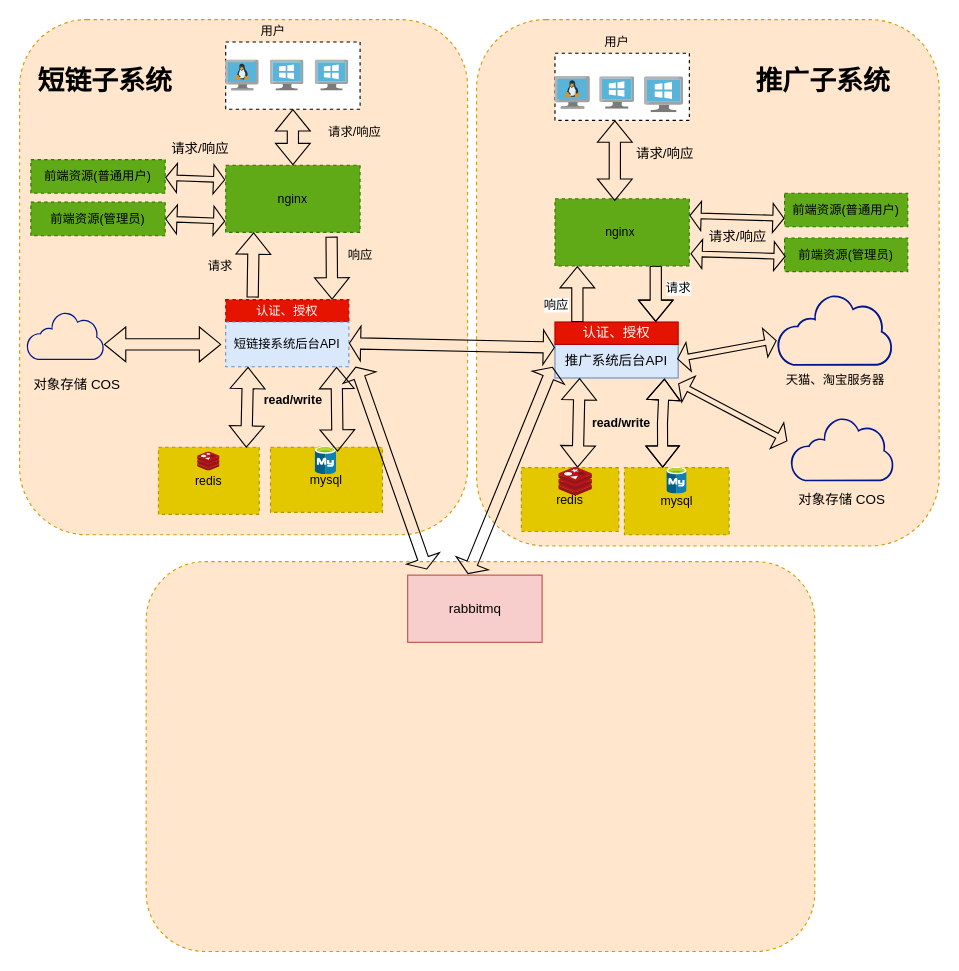
ndb000901/diagrams keeps this draw.io diagram as 架构图.drawio. Above is the earlier version. Source tidied: cells renumbered, new cells numbered last; positions are measured from the earlier drawing's top-left corner, leaving out a move shared by most shapes. Both pictures are drawn from the tidied source at 112%, with x=0, y=0 at pixel (19, 19).
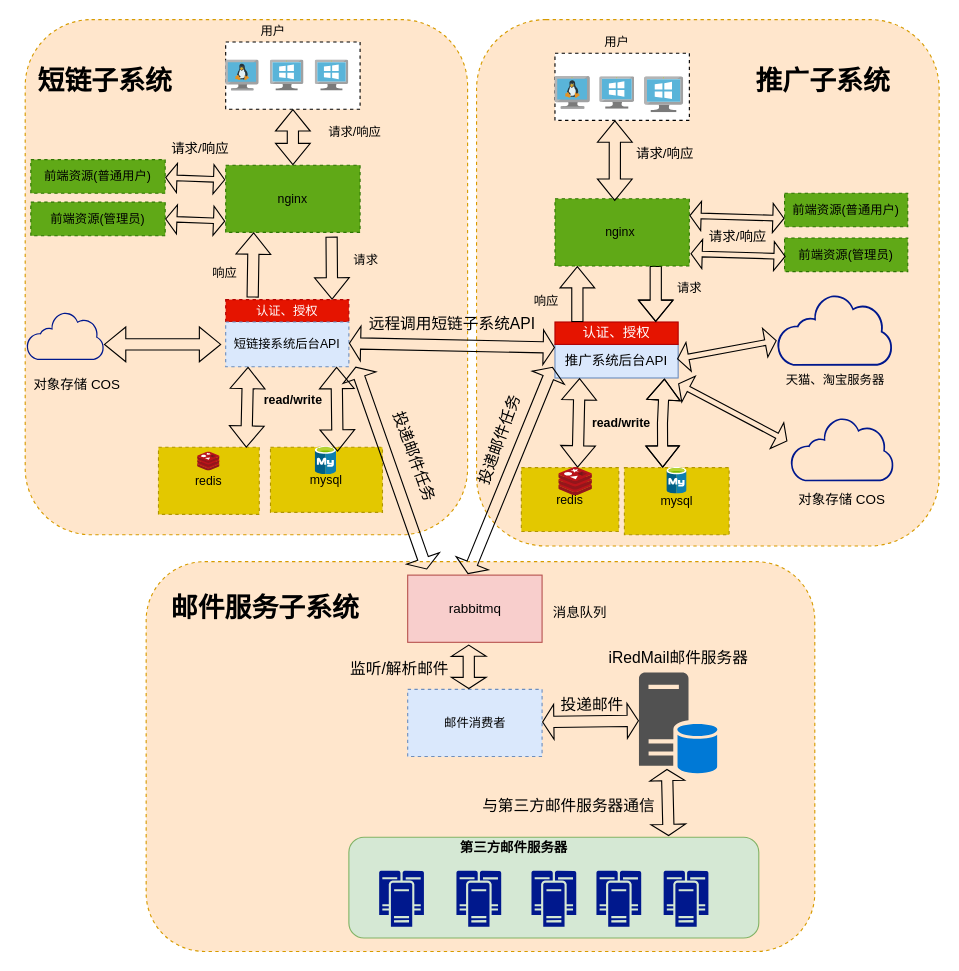
The same diagram, later.

Commit message (it also covers changes not shown here):
更新架构图.drawio

Unchanged cells that the change refers to:
```xml
<mxCell id="34" style="shape=flexArrow;endArrow=classic;html=1;rounded=0;" parent="1" edge="1">
  <mxGeometry relative="1" as="geometry">
    <mxPoint x="498" y="270" as="sourcePoint" />
    <mxPoint x="498" y="220" as="targetPoint" />
  </mxGeometry>
</mxCell>
<mxCell id="36" style="shape=flexArrow;endArrow=classic;html=1;rounded=0;entryX=0.818;entryY=0;entryDx=0;entryDy=0;entryPerimeter=0;" parent="1" edge="1" target="33">
  <mxGeometry relative="1" as="geometry">
    <mxPoint x="568" y="220" as="sourcePoint" />
    <Array as="points">
      <mxPoint x="568" y="230" />
    </Array>
  </mxGeometry>
</mxCell>
```

What changed in the source:
```diff
@@
     <mxCell id="2" style="rounded=1;whiteSpace=wrap;html=1;dashed=1;fillColor=#ffe6cc;strokeColor=#d79b00;" parent="1" vertex="1">
-      <mxGeometry width="400" height="460" as="geometry" />
+      <mxGeometry x="5" width="395" height="460" as="geometry" />
     </mxCell>
@@
     <mxCell id="16" value="响应" style="text;html=1;align=center;verticalAlign=middle;strokeColor=none;fillColor=none;fontSize=11;fontFamily=Helvetica;fontColor=default;" parent="1" vertex="1">
-      <mxGeometry x="284" y="200" width="40" height="20" as="geometry" />
+      <mxGeometry x="163" y="216" width="40" height="20" as="geometry" />
     </mxCell>
     <mxCell id="17" value="请求" style="text;html=1;align=center;verticalAlign=middle;strokeColor=none;fillColor=none;fontSize=11;fontFamily=Helvetica;fontColor=default;" parent="1" vertex="1">
-      <mxGeometry x="159" y="210" width="40" height="20" as="geometry" />
+      <mxGeometry x="289" y="205" width="40" height="20" as="geometry" />
     </mxCell>
@@
-    <mxCell id="35" value="响应" style="edgeLabel;html=1;align=center;verticalAlign=middle;" parent="34" vertex="1">
-      <mxGeometry x="-0.36" y="1" relative="1" as="geometry">
-        <mxPoint x="-19" as="offset" />
-      </mxGeometry>
-    </mxCell>
@@
-    <mxCell id="37" value="请求" style="edgeLabel;html=1;align=center;verticalAlign=middle;fontSize=11;fontFamily=Helvetica;fontColor=default;" parent="36" vertex="1">
-      <mxGeometry x="0.48" relative="1" as="geometry">
-        <mxPoint x="20" y="-17" as="offset" />
-      </mxGeometry>
-    </mxCell>
@@
+    <mxCell id="71" value="&lt;b&gt;邮件服务子系统&lt;/b&gt;" style="text;html=1;align=center;verticalAlign=middle;strokeColor=none;fillColor=none;fontSize=24;" parent="1" vertex="1">
+      <mxGeometry x="130" y="509.5" width="178" height="33" as="geometry" />
+    </mxCell>
+    <mxCell id="37" value="请求" style="text;html=1;align=center;verticalAlign=middle;strokeColor=none;fillColor=none;fontSize=11;fontFamily=Helvetica;fontColor=default;" parent="1" vertex="1">
+      <mxGeometry x="578" y="230" width="40" height="20" as="geometry" />
+    </mxCell>
+    <mxCell id="35" value="响应" style="text;html=1;align=center;verticalAlign=middle;strokeColor=none;fillColor=none;fontSize=11;fontFamily=Helvetica;fontColor=default;" parent="1" vertex="1">
+      <mxGeometry x="450" y="241" width="40" height="20" as="geometry" />
+    </mxCell>
+    <mxCell id="72" value="邮件消费者" style="rounded=0;whiteSpace=wrap;html=1;dashed=1;fontFamily=Helvetica;fontSize=11;fillColor=#dae8fc;strokeColor=#6c8ebf;" parent="1" vertex="1">
+      <mxGeometry x="346.5" y="598" width="120" height="60" as="geometry" />
+    </mxCell>
+    <mxCell id="73" style="sketch=0;shadow=0;dashed=0;html=1;strokeColor=none;labelPosition=center;verticalLabelPosition=bottom;verticalAlign=top;align=center;fillColor=#515151;shape=mxgraph.mscae.system_center.primary_site;fontFamily=Helvetica;fontSize=11;fontColor=default;" parent="1" vertex="1">
+      <mxGeometry x="553" y="583" width="70" height="90" as="geometry" />
+    </mxCell>
+    <mxCell id="74" style="shape=flexArrow;endArrow=classic;startArrow=classic;html=1;rounded=0;fontSize=24;startSize=3;endSize=3;exitX=0.563;exitY=-0.003;exitDx=0;exitDy=0;exitPerimeter=0;" parent="1" edge="1">
+      <mxGeometry relative="1" as="geometry">
+        <mxPoint x="401.1" y="597.8" as="sourcePoint" />
+        <mxPoint x="401" y="558" as="targetPoint" />
+      </mxGeometry>
+    </mxCell>
+    <mxCell id="75" style="shape=flexArrow;endArrow=classic;startArrow=classic;html=1;rounded=0;fontSize=24;startSize=3;endSize=3;" parent="1" edge="1" source="72">
+      <mxGeometry relative="1" as="geometry">
+        <mxPoint x="553" y="626" as="targetPoint" />
+      </mxGeometry>
+    </mxCell>
+    <mxCell id="76" value="&lt;span style=&quot;font-size: 12px;&quot;&gt;消息队列&lt;/span&gt;" style="text;html=1;align=center;verticalAlign=middle;strokeColor=none;fillColor=none;fontSize=24;" parent="1" vertex="1">
+      <mxGeometry x="471" y="507.5" width="58" height="37" as="geometry" />
+    </mxCell>
+    <mxCell id="77" style="rounded=1;whiteSpace=wrap;html=1;fillColor=#d5e8d4;strokeColor=#82b366;" parent="1" vertex="1">
+      <mxGeometry x="294" y="730" width="366" height="90" as="geometry" />
+    </mxCell>
+    <mxCell id="78" style="sketch=0;shadow=0;dashed=0;html=1;strokeColor=none;labelPosition=center;verticalLabelPosition=bottom;verticalAlign=top;align=center;fillColor=#00188D;shape=mxgraph.mscae.enterprise.cluster_server;" parent="1" vertex="1">
+      <mxGeometry x="321" y="760" width="40" height="50" as="geometry" />
+    </mxCell>
+    <mxCell id="79" style="sketch=0;shadow=0;dashed=0;html=1;strokeColor=none;labelPosition=center;verticalLabelPosition=bottom;verticalAlign=top;align=center;fillColor=#00188D;shape=mxgraph.mscae.enterprise.cluster_server;" parent="1" vertex="1">
+      <mxGeometry x="390" y="760" width="40" height="50" as="geometry" />
+    </mxCell>
+    <mxCell id="80" style="sketch=0;shadow=0;dashed=0;html=1;strokeColor=none;labelPosition=center;verticalLabelPosition=bottom;verticalAlign=top;align=center;fillColor=#00188D;shape=mxgraph.mscae.enterprise.cluster_server;" parent="1" vertex="1">
+      <mxGeometry x="457" y="760" width="40" height="50" as="geometry" />
+    </mxCell>
+    <mxCell id="81" value="&lt;b&gt;第三方邮件服务器&lt;/b&gt;" style="text;html=1;align=center;verticalAlign=middle;strokeColor=none;fillColor=none;" parent="1" vertex="1">
+      <mxGeometry x="388" y="731" width="106" height="18" as="geometry" />
+    </mxCell>
+    <mxCell id="82" style="sketch=0;shadow=0;dashed=0;html=1;strokeColor=none;labelPosition=center;verticalLabelPosition=bottom;verticalAlign=top;align=center;fillColor=#00188D;shape=mxgraph.mscae.enterprise.cluster_server;" parent="1" vertex="1">
+      <mxGeometry x="515" y="760" width="40" height="50" as="geometry" />
+    </mxCell>
+    <mxCell id="83" style="sketch=0;shadow=0;dashed=0;html=1;strokeColor=none;labelPosition=center;verticalLabelPosition=bottom;verticalAlign=top;align=center;fillColor=#00188D;shape=mxgraph.mscae.enterprise.cluster_server;" parent="1" vertex="1">
+      <mxGeometry x="575" y="760" width="40" height="50" as="geometry" />
+    </mxCell>
+    <mxCell id="84" style="shape=flexArrow;endArrow=classic;startArrow=classic;html=1;rounded=0;fontSize=24;startSize=3;endSize=3;exitX=0.78;exitY=-0.011;exitDx=0;exitDy=0;exitPerimeter=0;" parent="1" edge="1" source="77">
+      <mxGeometry relative="1" as="geometry">
+        <mxPoint x="578" y="669" as="targetPoint" />
+      </mxGeometry>
+    </mxCell>
+    <mxCell id="85" value="&lt;font style=&quot;font-size: 14px;&quot;&gt;iRedMail邮件服务器&lt;/font&gt;" style="text;html=1;align=center;verticalAlign=middle;strokeColor=none;fillColor=none;fontSize=24;" parent="1" vertex="1">
+      <mxGeometry x="521" y="549" width="134" height="36" as="geometry" />
+    </mxCell>
+    <mxCell id="86" value="投递邮件任务" style="text;html=1;align=center;verticalAlign=middle;strokeColor=none;fillColor=none;fontSize=14;rotation=70;" parent="1" vertex="1">
+      <mxGeometry x="306" y="379" width="94" height="21" as="geometry" />
+    </mxCell>
+    <mxCell id="87" value="投递邮件任务" style="text;html=1;align=center;verticalAlign=middle;strokeColor=none;fillColor=none;fontSize=14;rotation=-70;" parent="1" vertex="1">
+      <mxGeometry x="381" y="365.2" width="94" height="21" as="geometry" />
+    </mxCell>
+    <mxCell id="88" value="远程调用短链子系统API" style="text;html=1;align=center;verticalAlign=middle;strokeColor=none;fillColor=none;fontSize=14;" parent="1" vertex="1">
+      <mxGeometry x="306" y="261" width="159" height="21" as="geometry" />
+    </mxCell>
+    <mxCell id="89" value="与第三方邮件服务器通信" style="text;html=1;align=center;verticalAlign=middle;strokeColor=none;fillColor=none;fontSize=14;" parent="1" vertex="1">
+      <mxGeometry x="408" y="691" width="164" height="21" as="geometry" />
+    </mxCell>
+    <mxCell id="90" value="投递邮件" style="text;html=1;align=center;verticalAlign=middle;strokeColor=none;fillColor=none;fontSize=14;" parent="1" vertex="1">
+      <mxGeometry x="478" y="601" width="66" height="21" as="geometry" />
+    </mxCell>
+    <mxCell id="91" value="监听/解析邮件" style="text;html=1;align=center;verticalAlign=middle;strokeColor=none;fillColor=none;fontSize=14;" parent="1" vertex="1">
+      <mxGeometry x="290" y="569" width="98" height="21" as="geometry" />
+    </mxCell>
```
